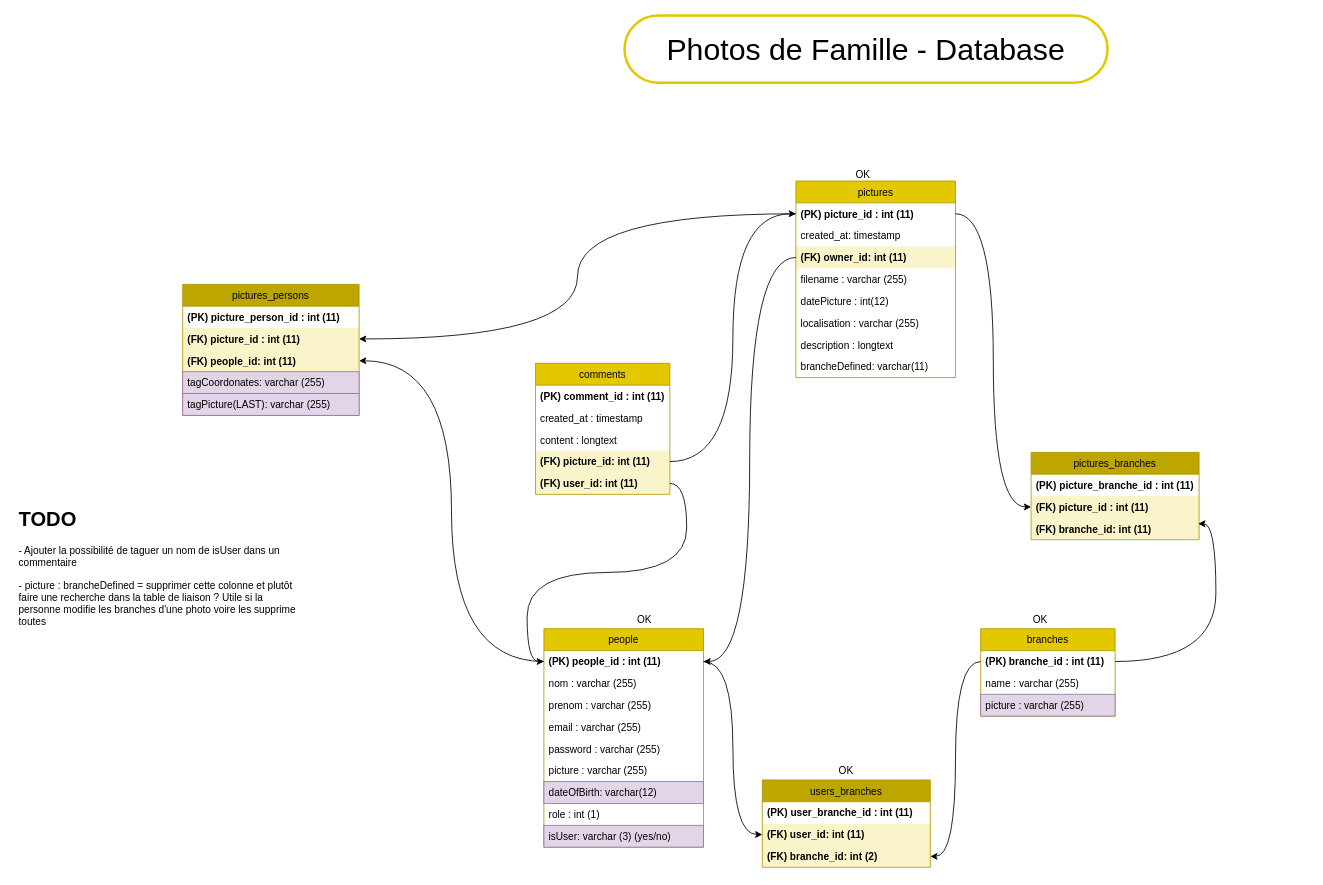
HeleneGreat/photo-famille keeps this draw.io diagram as UML.drawio. Above is the earlier version. Source tidied: cells renumbered, new cells numbered last; positions are measured from the earlier drawing's top-left corner, leaving out a move shared by most shapes. Both pictures are drawn from the tidied source at 84%, with x=0, y=0 at pixel (14, 15).
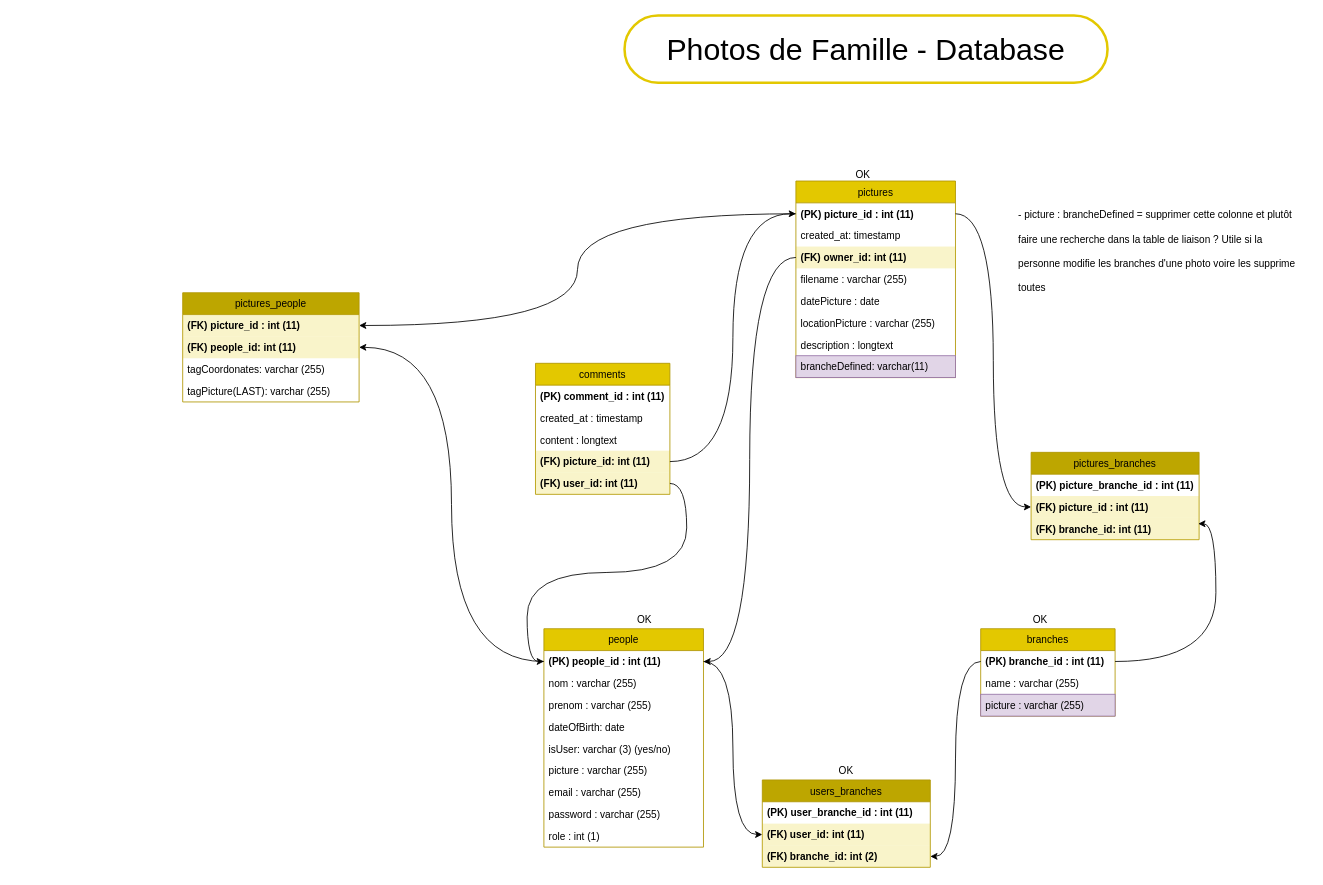
Above is the later version.

The change refers to these unchanged cells:
```xml
<mxCell id="2" value="people" style="swimlane;fontStyle=0;horizontal=1;startSize=26;fillColor=#e3c800;fontColor=#000000;strokeColor=#B09500;" parent="1" vertex="1">
  <mxGeometry x="630" y="730" width="190" height="260" as="geometry" />
</mxCell>
<mxCell id="12" value="pictures" style="swimlane;fontStyle=0;horizontal=1;startSize=26;fillColor=#e3c800;fontColor=#000000;strokeColor=#B09500;" parent="1" vertex="1">
  <mxGeometry x="930" y="197" width="190" height="234" as="geometry" />
</mxCell>
```

What changed in the source:
```diff
@@
+    <mxCell id="9" value="dateOfBirth: date" style="text;strokeColor=none;fillColor=none;align=left;verticalAlign=top;spacingLeft=4;spacingRight=4;overflow=hidden;" parent="2" vertex="1">
+      <mxGeometry y="104" width="190" height="26" as="geometry" />
+    </mxCell>
+    <mxCell id="11" value="isUser: varchar (3) (yes/no)" style="text;strokeColor=none;fillColor=none;align=left;verticalAlign=top;spacingLeft=4;spacingRight=4;overflow=hidden;" parent="2" vertex="1">
+      <mxGeometry y="130" width="190" height="26" as="geometry" />
+    </mxCell>
+    <mxCell id="8" value="picture : varchar (255)" style="text;strokeColor=none;fillColor=none;align=left;verticalAlign=top;spacingLeft=4;spacingRight=4;overflow=hidden;" parent="2" vertex="1">
+      <mxGeometry y="156" width="190" height="26" as="geometry" />
+    </mxCell>
     <mxCell id="6" value="email : varchar (255)" style="text;strokeColor=none;fillColor=none;align=left;verticalAlign=top;spacingLeft=4;spacingRight=4;overflow=hidden;" parent="2" vertex="1">
-      <mxGeometry y="104" width="190" height="26" as="geometry" />
+      <mxGeometry y="182" width="190" height="26" as="geometry" />
     </mxCell>
     <mxCell id="7" value="password : varchar (255)" style="text;strokeColor=none;fillColor=none;align=left;verticalAlign=top;spacingLeft=4;spacingRight=4;overflow=hidden;" parent="2" vertex="1">
-      <mxGeometry y="130" width="190" height="26" as="geometry" />
+      <mxGeometry y="208" width="190" height="26" as="geometry" />
     </mxCell>
-    <mxCell id="8" value="picture : varchar (255)" style="text;strokeColor=none;fillColor=none;align=left;verticalAlign=top;spacingLeft=4;spacingRight=4;overflow=hidden;" parent="2" vertex="1">
-      <mxGeometry y="156" width="190" height="26" as="geometry" />
-    </mxCell>
-    <mxCell id="9" value="dateOfBirth: varchar(12)" style="text;strokeColor=#9673a6;fillColor=#e1d5e7;align=left;verticalAlign=top;spacingLeft=4;spacingRight=4;overflow=hidden;" parent="2" vertex="1">
-      <mxGeometry y="182" width="190" height="26" as="geometry" />
-    </mxCell>
     <mxCell id="10" value="role : int (1)" style="text;strokeColor=none;fillColor=none;align=left;verticalAlign=top;spacingLeft=4;spacingRight=4;overflow=hidden;" parent="2" vertex="1">
-      <mxGeometry y="208" width="190" height="26" as="geometry" />
+      <mxGeometry y="234" width="190" height="26" as="geometry" />
     </mxCell>
-    <mxCell id="11" value="isUser: varchar (3) (yes/no)" style="text;strokeColor=#9673a6;fillColor=#e1d5e7;align=left;verticalAlign=top;spacingLeft=4;spacingRight=4;overflow=hidden;" parent="2" vertex="1">
-      <mxGeometry y="234" width="190" height="26" as="geometry" />
-    </mxCell>
@@
-    <mxCell id="17" value="datePicture : int(12)" style="text;strokeColor=none;fillColor=none;align=left;verticalAlign=top;spacingLeft=4;spacingRight=4;overflow=hidden;" parent="12" vertex="1">
+    <mxCell id="17" value="datePicture : date" style="text;strokeColor=none;fillColor=none;align=left;verticalAlign=top;spacingLeft=4;spacingRight=4;overflow=hidden;" parent="12" vertex="1">
       <mxGeometry y="130" width="190" height="26" as="geometry" />
     </mxCell>
-    <mxCell id="18" value="localisation : varchar (255)" style="text;strokeColor=none;fillColor=none;align=left;verticalAlign=top;spacingLeft=4;spacingRight=4;overflow=hidden;" parent="12" vertex="1">
+    <mxCell id="18" value="locationPicture : varchar (255)" style="text;strokeColor=none;fillColor=none;align=left;verticalAlign=top;spacingLeft=4;spacingRight=4;overflow=hidden;" parent="12" vertex="1">
       <mxGeometry y="156" width="190" height="26" as="geometry" />
     </mxCell>
@@
-    <mxCell id="20" value="brancheDefined: varchar(11)" style="text;strokeColor=none;fillColor=none;align=left;verticalAlign=top;spacingLeft=4;spacingRight=4;overflow=hidden;" parent="12" vertex="1">
+    <mxCell id="20" value="brancheDefined: varchar(11)" style="text;strokeColor=#9673a6;fillColor=#e1d5e7;align=left;verticalAlign=top;spacingLeft=4;spacingRight=4;overflow=hidden;" parent="12" vertex="1">
       <mxGeometry y="208" width="190" height="26" as="geometry" />
     </mxCell>
@@
-    <mxCell id="43" value="pictures_persons" style="swimlane;fontStyle=0;horizontal=1;startSize=26;fillColor=#BDA600;fontColor=#000000;strokeColor=#B09500;" parent="1" vertex="1">
-      <mxGeometry x="200" y="320" width="210" height="156" as="geometry" />
+    <mxCell id="43" value="pictures_people" style="swimlane;fontStyle=0;horizontal=1;startSize=26;fillColor=#BDA600;fontColor=#000000;strokeColor=#B09500;" parent="1" vertex="1">
+      <mxGeometry x="200" y="330" width="210" height="130" as="geometry" />
     </mxCell>
-    <mxCell id="44" value="(PK) picture_person_id : int (11)" style="text;strokeColor=none;fillColor=none;align=left;verticalAlign=top;spacingLeft=4;spacingRight=4;overflow=hidden;fontStyle=1;" parent="43" vertex="1">
-      <mxGeometry y="26" width="210" height="26" as="geometry" />
-    </mxCell>
     <mxCell id="45" value="(FK) picture_id : int (11)" style="text;strokeColor=none;fillColor=#E3C80035;align=left;verticalAlign=top;spacingLeft=4;spacingRight=4;overflow=hidden;points=[[0,0.5],[1,0.5]];portConstraint=eastwest;fontStyle=1;" parent="43" vertex="1">
-      <mxGeometry y="52" width="210" height="26" as="geometry" />
+      <mxGeometry y="26" width="210" height="26" as="geometry" />
     </mxCell>
     <mxCell id="46" value="(FK) people_id: int (11)" style="text;strokeColor=none;fillColor=#E3C80035;align=left;verticalAlign=top;spacingLeft=4;spacingRight=4;overflow=hidden;points=[[0,0.5],[1,0.5]];portConstraint=eastwest;fontStyle=1;" parent="43" vertex="1">
-      <mxGeometry y="78" width="210" height="26" as="geometry" />
+      <mxGeometry y="52" width="210" height="26" as="geometry" />
     </mxCell>
-    <mxCell id="47" value="tagCoordonates: varchar (255)" style="text;strokeColor=#9673a6;fillColor=#e1d5e7;align=left;verticalAlign=top;spacingLeft=4;spacingRight=4;overflow=hidden;fontStyle=0;" parent="43" vertex="1">
-      <mxGeometry y="104" width="210" height="26" as="geometry" />
+    <mxCell id="47" value="tagCoordonates: varchar (255)" style="text;strokeColor=none;fillColor=none;align=left;verticalAlign=top;spacingLeft=4;spacingRight=4;overflow=hidden;fontStyle=0;" parent="43" vertex="1">
+      <mxGeometry y="78" width="210" height="26" as="geometry" />
     </mxCell>
-    <mxCell id="48" value="tagPicture(LAST): varchar (255)" style="text;strokeColor=#9673a6;fillColor=#e1d5e7;align=left;verticalAlign=top;spacingLeft=4;spacingRight=4;overflow=hidden;fontStyle=0;" parent="43" vertex="1">
-      <mxGeometry y="130" width="210" height="26" as="geometry" />
+    <mxCell id="48" value="tagPicture(LAST): varchar (255)" style="text;align=left;verticalAlign=top;spacingLeft=4;spacingRight=4;overflow=hidden;fontStyle=0;" parent="43" vertex="1">
+      <mxGeometry y="104" width="210" height="26" as="geometry" />
     </mxCell>
@@
-    <mxCell id="57" value="&lt;h1&gt;TODO&lt;/h1&gt;&lt;p&gt;- Ajouter la possibilité de taguer un nom de isUser dans un commentaire&lt;/p&gt;&lt;p&gt;- picture : brancheDefined = supprimer cette colonne et plutôt faire une recherche dans la table de liaison ? Utile si la personne modifie les branches d'une photo voire les supprime toutes&lt;br&gt;&lt;/p&gt;" style="text;html=1;strokeColor=none;fillColor=none;spacing=5;spacingTop=-20;whiteSpace=wrap;overflow=hidden;rounded=0;" parent="1" vertex="1">
-      <mxGeometry y="580" width="350" height="200" as="geometry" />
+    <mxCell id="57" value="&lt;h1&gt;&lt;span style=&quot;background-color: initial; font-size: 12px; font-weight: normal;&quot;&gt;- picture : brancheDefined = supprimer cette colonne et plutôt faire une recherche dans la table de liaison ? Utile si la personne modifie les branches d'une photo voire les supprime toutes&lt;/span&gt;&lt;br&gt;&lt;/h1&gt;" style="text;html=1;strokeColor=none;fillColor=none;spacing=5;spacingTop=-20;whiteSpace=wrap;overflow=hidden;rounded=0;" parent="1" vertex="1">
+      <mxGeometry x="1190" y="214" width="350" height="200" as="geometry" />
     </mxCell>
```
